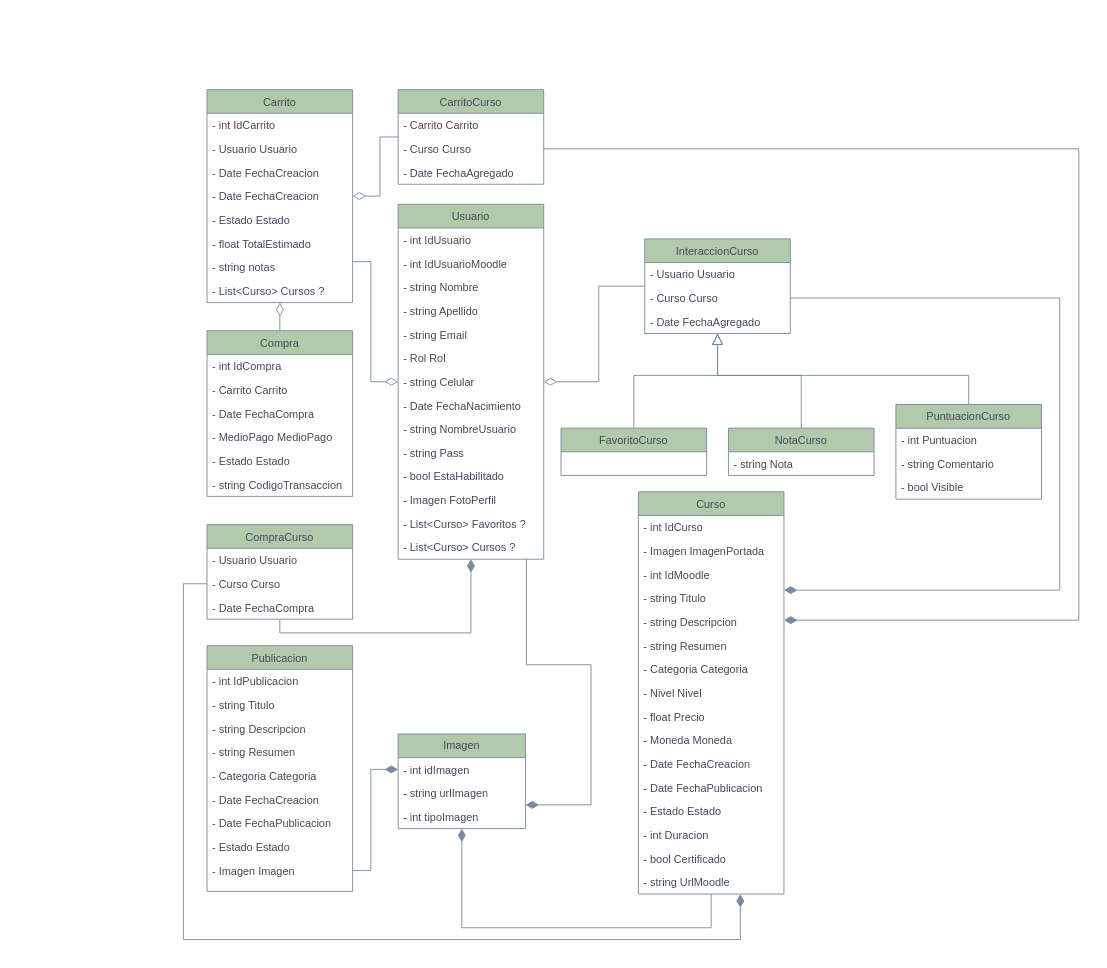
Before: UML/UML.drawio in GDieser/tpc-equipo-12A, a draw.io diagram. Source tidied: cells renumbered, new cells numbered last; positions are measured from the earlier drawing's top-left corner, leaving out a move shared by most shapes. Both pictures are drawn from the tidied source at 91%, with x=0, y=0 at pixel (183, 89).
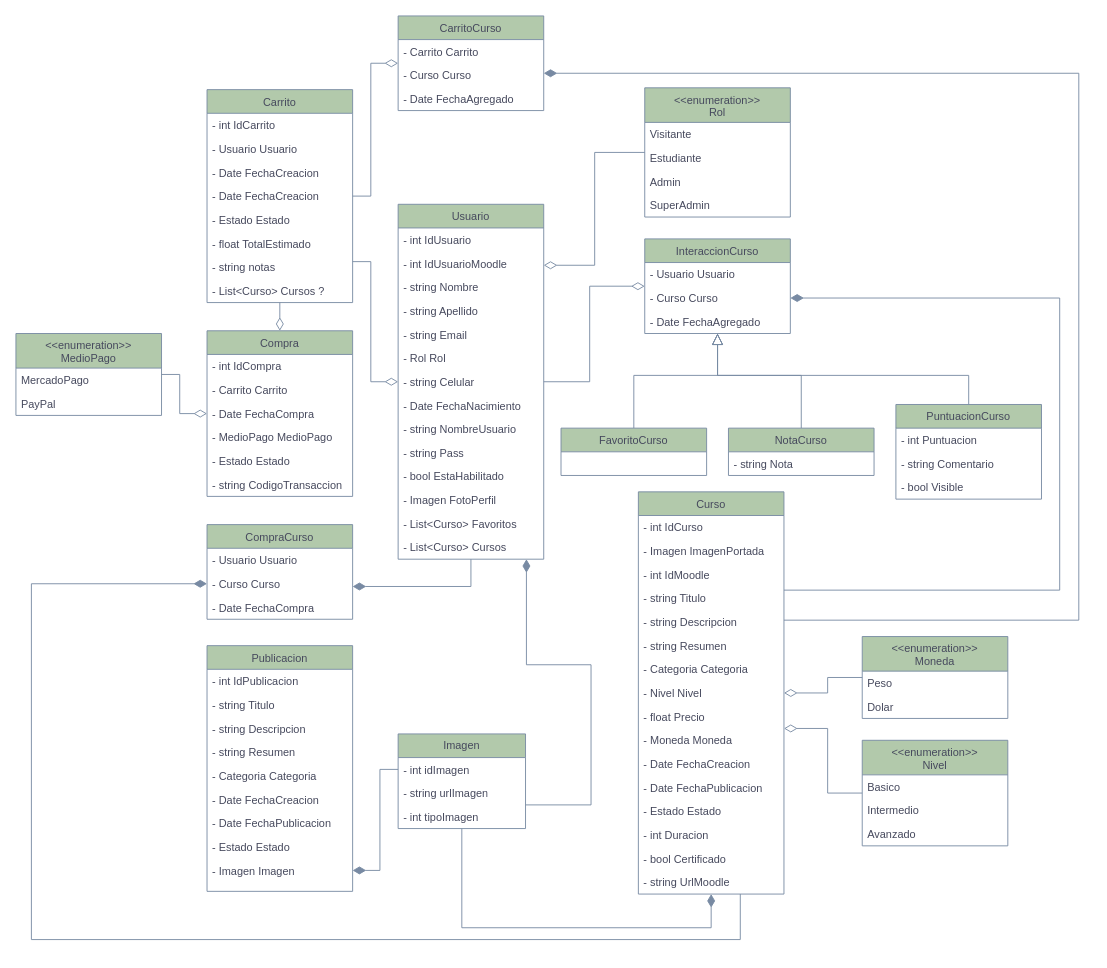
The same page after the edit.

The change refers to these unchanged cells:
```xml
<mxCell id="2" value="Usuario" style="swimlane;fontStyle=0;align=center;verticalAlign=top;horizontal=1;startSize=26;rounded=0;shadow=0;strokeWidth=1;labelBackgroundColor=none;fillColor=#B2C9AB;strokeColor=#788AA3;fontColor=#46495D;" parent="1" vertex="1">
  <mxGeometry x="236" y="126" width="160" height="390" as="geometry" />
</mxCell>
<mxCell id="17" value="Curso" style="swimlane;fontStyle=0;align=center;verticalAlign=top;horizontal=1;startSize=26;rounded=0;shadow=0;strokeWidth=1;labelBackgroundColor=none;fillColor=#B2C9AB;strokeColor=#788AA3;fontColor=#46495D;" parent="1" vertex="1">
  <mxGeometry x="500" y="442" width="160" height="442" as="geometry" />
</mxCell>
<mxCell id="34" value="Carrito" style="swimlane;fontStyle=0;align=center;verticalAlign=top;horizontal=1;startSize=26;rounded=0;shadow=0;strokeWidth=1;labelBackgroundColor=none;fillColor=#B2C9AB;strokeColor=#788AA3;fontColor=#46495D;" parent="1" vertex="1">
  <mxGeometry x="26" width="160" height="234" as="geometry" />
</mxCell>
<mxCell id="43" value="Compra" style="swimlane;fontStyle=0;align=center;verticalAlign=top;horizontal=1;startSize=26;rounded=0;shadow=0;strokeWidth=1;labelBackgroundColor=none;fillColor=#B2C9AB;strokeColor=#788AA3;fontColor=#46495D;" parent="1" vertex="1">
  <mxGeometry x="26" y="265" width="160" height="182" as="geometry" />
</mxCell>
<mxCell id="52" value="- Curso Curso" style="text;align=left;verticalAlign=top;spacingLeft=4;spacingRight=4;overflow=hidden;points=[[0,0.5],[1,0.5]];portConstraint=eastwest;rounded=0;shadow=0;html=0;labelBackgroundColor=none;fontColor=#46495D;" parent="50" vertex="1">
  <mxGeometry y="52" width="160" height="26" as="geometry" />
</mxCell>
<mxCell id="64" value="Imagen" style="swimlane;fontStyle=0;horizontal=1;startSize=26;fillColor=#B2C9AB;whiteSpace=wrap;html=1;labelBackgroundColor=none;strokeColor=#788AA3;fontColor=#46495D;" parent="1" vertex="1">
  <mxGeometry x="236" y="708" width="140" height="104" as="geometry" />
</mxCell>
<mxCell id="65" value="- int idImagen" style="text;strokeColor=none;fillColor=none;align=left;verticalAlign=top;spacingLeft=4;spacingRight=4;overflow=hidden;points=[[0,0.5],[1,0.5]];portConstraint=eastwest;whiteSpace=wrap;html=1;labelBackgroundColor=none;fontColor=#46495D;" parent="64" vertex="1">
  <mxGeometry y="26" width="140" height="26" as="geometry" />
</mxCell>
<mxCell id="77" value="- Imagen Imagen" style="text;align=left;verticalAlign=top;spacingLeft=4;spacingRight=4;overflow=hidden;points=[[0,0.5],[1,0.5]];portConstraint=eastwest;rounded=0;shadow=0;html=0;labelBackgroundColor=none;fontColor=#46495D;" parent="68" vertex="1">
  <mxGeometry y="234" width="160" height="26" as="geometry" />
</mxCell>
<mxCell id="84" value="InteraccionCurso" style="swimlane;fontStyle=0;align=center;verticalAlign=top;horizontal=1;startSize=26;rounded=0;shadow=0;strokeWidth=1;labelBackgroundColor=none;fillColor=#B2C9AB;strokeColor=#788AA3;fontColor=#46495D;" parent="1" vertex="1">
  <mxGeometry x="507" y="164" width="160" height="104" as="geometry" />
</mxCell>
<mxCell id="90" value="CompraCurso" style="swimlane;fontStyle=0;align=center;verticalAlign=top;horizontal=1;startSize=26;rounded=0;shadow=0;strokeWidth=1;labelBackgroundColor=none;fillColor=#B2C9AB;strokeColor=#788AA3;fontColor=#46495D;" parent="1" vertex="1">
  <mxGeometry x="26" y="478" width="160" height="104" as="geometry" />
</mxCell>
```

Change to the diagram source:
```diff
@@
-    <mxCell id="15" value="- List&lt;Curso&gt; Favoritos ?" style="text;align=left;verticalAlign=top;spacingLeft=4;spacingRight=4;overflow=hidden;rounded=0;shadow=0;html=0;labelBackgroundColor=none;fontColor=#46495D;" parent="2" vertex="1">
+    <mxCell id="15" value="- List&lt;Curso&gt; Favoritos" style="text;align=left;verticalAlign=top;spacingLeft=4;spacingRight=4;overflow=hidden;rounded=0;shadow=0;html=0;labelBackgroundColor=none;fontColor=#46495D;" parent="2" vertex="1">
       <mxGeometry y="338" width="160" height="26" as="geometry" />
     </mxCell>
-    <mxCell id="16" value="- List&lt;Curso&gt; Cursos ?" style="text;align=left;verticalAlign=top;spacingLeft=4;spacingRight=4;overflow=hidden;rounded=0;shadow=0;html=0;labelBackgroundColor=none;fontColor=#46495D;" parent="2" vertex="1">
+    <mxCell id="16" value="- List&lt;Curso&gt; Cursos" style="text;align=left;verticalAlign=top;spacingLeft=4;spacingRight=4;overflow=hidden;rounded=0;shadow=0;html=0;labelBackgroundColor=none;fontColor=#46495D;" parent="2" vertex="1">
       <mxGeometry y="364" width="160" height="26" as="geometry" />
     </mxCell>
@@
     <mxCell id="50" value="CarritoCurso" style="swimlane;fontStyle=0;align=center;verticalAlign=top;horizontal=1;startSize=26;rounded=0;shadow=0;strokeWidth=1;labelBackgroundColor=none;fillColor=#B2C9AB;strokeColor=#788AA3;fontColor=#46495D;" parent="1" vertex="1">
-      <mxGeometry x="236" width="160" height="104" as="geometry" />
+      <mxGeometry x="236" y="-81" width="160" height="104" as="geometry" />
     </mxCell>
@@
-    <mxCell id="78" style="edgeStyle=orthogonalEdgeStyle;rounded=0;jettySize=auto;html=1;strokeColor=#788AA3;fontSize=12;fontColor=default;startSize=8;endSize=12;labelBackgroundColor=none;endArrow=diamondThin;endFill=1;" parent="1" edge="1" source="17" target="64">
+    <mxCell id="78" style="edgeStyle=orthogonalEdgeStyle;rounded=0;jettySize=auto;html=1;strokeColor=#788AA3;fontSize=12;fontColor=default;startSize=8;endSize=12;labelBackgroundColor=none;endArrow=diamondThin;endFill=1;" parent="1" edge="1" source="64" target="17">
       <mxGeometry relative="1" as="geometry">
         <Array as="points">
+          <mxPoint x="306" y="921" />
           <mxPoint x="580" y="921" />
-          <mxPoint x="306" y="921" />
         </Array>
       </mxGeometry>
     </mxCell>
-    <mxCell id="79" style="edgeStyle=orthogonalEdgeStyle;rounded=0;jettySize=auto;html=1;labelBackgroundColor=none;strokeColor=#788AA3;fontColor=default;endArrow=diamondThin;endFill=0;endSize=12;" parent="1" edge="1" source="43" target="34">
+    <mxCell id="79" style="edgeStyle=orthogonalEdgeStyle;rounded=0;jettySize=auto;html=1;labelBackgroundColor=none;strokeColor=#788AA3;fontColor=default;endArrow=diamondThin;endFill=0;endSize=12;" parent="1" edge="1" source="34" target="43">
       <mxGeometry relative="1" as="geometry">
         <Array as="points">
           <mxPoint x="90" y="189" />
           <mxPoint x="90" y="189" />
         </Array>
       </mxGeometry>
     </mxCell>
-    <mxCell id="80" style="edgeStyle=orthogonalEdgeStyle;rounded=0;jettySize=auto;html=1;labelBackgroundColor=none;strokeColor=#788AA3;fontColor=default;endArrow=diamondThin;endFill=0;endSize=12;" parent="1" edge="1" source="50" target="34">
+    <mxCell id="80" style="edgeStyle=orthogonalEdgeStyle;rounded=0;jettySize=auto;html=1;labelBackgroundColor=none;strokeColor=#788AA3;fontColor=default;endArrow=diamondThin;endFill=0;endSize=12;" parent="1" edge="1" source="34" target="50">
       <mxGeometry relative="1" as="geometry" />
     </mxCell>
-    <mxCell id="81" style="edgeStyle=orthogonalEdgeStyle;rounded=0;jettySize=auto;html=1;labelBackgroundColor=none;strokeColor=#788AA3;fontColor=default;endSize=12;endArrow=diamondThin;endFill=1;" parent="1" edge="1" source="77" target="65">
-      <mxGeometry relative="1" as="geometry" />
-    </mxCell>
@@
-    <mxCell id="83" style="edgeStyle=orthogonalEdgeStyle;rounded=0;jettySize=auto;html=1;labelBackgroundColor=none;strokeColor=#788AA3;fontColor=default;endArrow=diamondThin;endFill=1;endSize=12;" parent="1" edge="1" source="52" target="17">
+    <mxCell id="83" style="edgeStyle=orthogonalEdgeStyle;rounded=0;jettySize=auto;html=1;labelBackgroundColor=none;strokeColor=#788AA3;fontColor=default;endArrow=diamondThin;endFill=1;endSize=12;" parent="1" edge="1" source="17" target="50">
       <mxGeometry relative="1" as="geometry">
         <Array as="points">
-          <mxPoint x="984" y="65" />
           <mxPoint x="984" y="583" />
+          <mxPoint x="984" y="-18" />
         </Array>
       </mxGeometry>
     </mxCell>
@@
-    <mxCell id="88" style="edgeStyle=orthogonalEdgeStyle;rounded=0;jettySize=auto;html=1;labelBackgroundColor=none;strokeColor=#788AA3;fontColor=default;endArrow=diamondThin;endFill=1;strokeWidth=1;endSize=12;" parent="1" edge="1" source="84" target="17">
+    <mxCell id="88" style="edgeStyle=orthogonalEdgeStyle;rounded=0;jettySize=auto;html=1;labelBackgroundColor=none;strokeColor=#788AA3;fontColor=default;endArrow=diamondThin;endFill=1;strokeWidth=1;endSize=12;" parent="1" edge="1" source="17" target="84">
       <mxGeometry relative="1" as="geometry">
         <Array as="points">
+          <mxPoint x="963" y="550" />
           <mxPoint x="963" y="229" />
-          <mxPoint x="963" y="550" />
         </Array>
       </mxGeometry>
     </mxCell>
-    <mxCell id="89" style="edgeStyle=orthogonalEdgeStyle;rounded=0;jettySize=auto;html=1;labelBackgroundColor=none;strokeColor=#788AA3;fontColor=default;endArrow=diamondThin;endFill=0;endSize=12;" parent="1" edge="1" source="84" target="2">
+    <mxCell id="89" style="edgeStyle=orthogonalEdgeStyle;rounded=0;jettySize=auto;html=1;labelBackgroundColor=none;strokeColor=#788AA3;fontColor=default;endArrow=diamondThin;endFill=0;endSize=12;" parent="1" edge="1" source="2" target="84">
       <mxGeometry relative="1" as="geometry" />
     </mxCell>
@@
-    <mxCell id="94" style="edgeStyle=orthogonalEdgeStyle;rounded=0;jettySize=auto;html=1;strokeColor=#788AA3;fontColor=#46495D;fillColor=#B2C9AB;endArrow=diamondThin;endFill=1;endSize=12;" parent="1" edge="1" source="90" target="2">
+    <mxCell id="94" style="edgeStyle=orthogonalEdgeStyle;rounded=0;jettySize=auto;html=1;strokeColor=#788AA3;fontColor=default;fillColor=#B2C9AB;endArrow=diamondThin;endFill=1;endSize=12;labelBackgroundColor=none;" parent="1" edge="1" source="2" target="90">
       <mxGeometry relative="1" as="geometry">
         <Array as="points">
-          <mxPoint x="106" y="597" />
-          <mxPoint x="316" y="597" />
+          <mxPoint x="316" y="546" />
         </Array>
       </mxGeometry>
     </mxCell>
-    <mxCell id="95" style="edgeStyle=orthogonalEdgeStyle;rounded=0;jettySize=auto;html=1;strokeColor=#788AA3;fontColor=#46495D;fillColor=#B2C9AB;endArrow=diamondThin;endFill=1;endSize=12;" parent="1" edge="1" source="90" target="17">
+    <mxCell id="95" style="edgeStyle=orthogonalEdgeStyle;rounded=0;jettySize=auto;html=1;strokeColor=#788AA3;fontColor=default;fillColor=#B2C9AB;endArrow=diamondThin;endFill=1;endSize=12;labelBackgroundColor=none;" parent="1" edge="1" source="17" target="90">
       <mxGeometry relative="1" as="geometry">
         <Array as="points">
-          <mxPoint y="543" />
-          <mxPoint y="934" />
           <mxPoint x="612" y="934" />
+          <mxPoint x="-167" y="934" />
+          <mxPoint x="-167" y="543" />
         </Array>
       </mxGeometry>
     </mxCell>
-    <mxCell id="96" style="edgeStyle=orthogonalEdgeStyle;rounded=0;jettySize=auto;html=1;strokeColor=#788AA3;fontColor=#46495D;fillColor=#B2C9AB;endArrow=diamondThin;endFill=1;endSize=12;" parent="1" edge="1" source="2" target="64">
+    <mxCell id="96" style="edgeStyle=orthogonalEdgeStyle;rounded=0;jettySize=auto;html=1;strokeColor=#788AA3;fontColor=default;fillColor=#B2C9AB;endArrow=diamondThin;endFill=1;endSize=12;labelBackgroundColor=none;" parent="1" edge="1" source="64" target="2">
       <mxGeometry relative="1" as="geometry">
         <Array as="points">
+          <mxPoint x="448" y="786" />
+          <mxPoint x="448" y="632" />
           <mxPoint x="377" y="632" />
-          <mxPoint x="448" y="632" />
-          <mxPoint x="448" y="786" />
         </Array>
       </mxGeometry>
     </mxCell>
+    <mxCell id="97" style="edgeStyle=orthogonalEdgeStyle;rounded=0;jettySize=auto;html=1;endArrow=diamondThin;endFill=0;endSize=12;labelBackgroundColor=none;strokeColor=#788AA3;fontColor=default;" parent="1" edge="1" source="98" target="17">
+      <mxGeometry relative="1" as="geometry" />
+    </mxCell>
+    <mxCell id="98" value="&lt;&lt;enumeration&gt;&gt;&#10;Moneda" style="swimlane;fontStyle=0;align=center;verticalAlign=top;horizontal=1;startSize=38;rounded=0;shadow=0;strokeWidth=1;labelBackgroundColor=none;fillColor=#B2C9AB;strokeColor=#788AA3;fontColor=#46495D;" parent="1" vertex="1">
+      <mxGeometry x="746" y="601" width="160" height="90" as="geometry" />
+    </mxCell>
+    <mxCell id="99" value="Peso" style="text;align=left;verticalAlign=top;spacingLeft=4;spacingRight=4;overflow=hidden;rounded=0;shadow=0;html=0;labelBackgroundColor=none;fontColor=#46495D;" parent="98" vertex="1">
+      <mxGeometry y="38" width="160" height="26" as="geometry" />
+    </mxCell>
+    <mxCell id="100" value="Dolar" style="text;align=left;verticalAlign=top;spacingLeft=4;spacingRight=4;overflow=hidden;rounded=0;shadow=0;html=0;labelBackgroundColor=none;fontColor=#46495D;" parent="98" vertex="1">
+      <mxGeometry y="64" width="160" height="26" as="geometry" />
+    </mxCell>
+    <mxCell id="101" style="edgeStyle=orthogonalEdgeStyle;rounded=0;jettySize=auto;html=1;endSize=12;endArrow=diamondThin;endFill=0;labelBackgroundColor=none;strokeColor=#788AA3;fontColor=default;" parent="1" edge="1" source="102" target="17">
+      <mxGeometry relative="1" as="geometry">
+        <Array as="points">
+          <mxPoint x="708" y="773" />
+          <mxPoint x="708" y="702" />
+        </Array>
+      </mxGeometry>
+    </mxCell>
+    <mxCell id="102" value="&lt;&lt;enumeration&gt;&gt;&#10;Nivel" style="swimlane;fontStyle=0;align=center;verticalAlign=top;horizontal=1;startSize=38;rounded=0;shadow=0;strokeWidth=1;labelBackgroundColor=none;fillColor=#B2C9AB;strokeColor=#788AA3;fontColor=#46495D;" parent="1" vertex="1">
+      <mxGeometry x="746" y="715" width="160" height="116" as="geometry" />
+    </mxCell>
+    <mxCell id="103" value="Basico" style="text;align=left;verticalAlign=top;spacingLeft=4;spacingRight=4;overflow=hidden;rounded=0;shadow=0;html=0;labelBackgroundColor=none;fontColor=#46495D;" parent="102" vertex="1">
+      <mxGeometry y="38" width="160" height="26" as="geometry" />
+    </mxCell>
+    <mxCell id="104" value="Intermedio" style="text;align=left;verticalAlign=top;spacingLeft=4;spacingRight=4;overflow=hidden;rounded=0;shadow=0;html=0;labelBackgroundColor=none;fontColor=#46495D;" parent="102" vertex="1">
+      <mxGeometry y="64" width="160" height="26" as="geometry" />
+    </mxCell>
+    <mxCell id="105" value="Avanzado" style="text;align=left;verticalAlign=top;spacingLeft=4;spacingRight=4;overflow=hidden;rounded=0;shadow=0;html=0;labelBackgroundColor=none;fontColor=#46495D;" parent="102" vertex="1">
+      <mxGeometry y="90" width="160" height="26" as="geometry" />
+    </mxCell>
+    <mxCell id="106" style="edgeStyle=orthogonalEdgeStyle;rounded=0;jettySize=auto;html=1;endSize=12;endArrow=diamondThin;endFill=0;labelBackgroundColor=none;strokeColor=#788AA3;fontColor=default;" parent="1" edge="1" source="107" target="2">
+      <mxGeometry relative="1" as="geometry">
+        <Array as="points">
+          <mxPoint x="452" y="69" />
+          <mxPoint x="452" y="193" />
+        </Array>
+      </mxGeometry>
+    </mxCell>
+    <mxCell id="107" value="&lt;&lt;enumeration&gt;&gt;&#10;Rol" style="swimlane;fontStyle=0;align=center;verticalAlign=top;horizontal=1;startSize=38;rounded=0;shadow=0;strokeWidth=1;labelBackgroundColor=none;fillColor=#B2C9AB;strokeColor=#788AA3;fontColor=#46495D;" parent="1" vertex="1">
+      <mxGeometry x="507" y="-2" width="160" height="142" as="geometry" />
+    </mxCell>
+    <mxCell id="108" value="Visitante" style="text;align=left;verticalAlign=top;spacingLeft=4;spacingRight=4;overflow=hidden;rounded=0;shadow=0;html=0;labelBackgroundColor=none;fontColor=#46495D;" parent="107" vertex="1">
+      <mxGeometry y="38" width="160" height="26" as="geometry" />
+    </mxCell>
+    <mxCell id="109" value="Estudiante" style="text;align=left;verticalAlign=top;spacingLeft=4;spacingRight=4;overflow=hidden;rounded=0;shadow=0;html=0;labelBackgroundColor=none;fontColor=#46495D;" parent="107" vertex="1">
+      <mxGeometry y="64" width="160" height="26" as="geometry" />
+    </mxCell>
+    <mxCell id="110" value="Admin" style="text;align=left;verticalAlign=top;spacingLeft=4;spacingRight=4;overflow=hidden;rounded=0;shadow=0;html=0;labelBackgroundColor=none;fontColor=#46495D;" parent="107" vertex="1">
+      <mxGeometry y="90" width="160" height="26" as="geometry" />
+    </mxCell>
+    <mxCell id="111" value="SuperAdmin" style="text;align=left;verticalAlign=top;spacingLeft=4;spacingRight=4;overflow=hidden;rounded=0;shadow=0;html=0;labelBackgroundColor=none;fontColor=#46495D;" parent="107" vertex="1">
+      <mxGeometry y="116" width="160" height="26" as="geometry" />
+    </mxCell>
+    <mxCell id="112" style="edgeStyle=orthogonalEdgeStyle;rounded=0;jettySize=auto;html=1;endSize=12;endArrow=diamondThin;endFill=0;labelBackgroundColor=none;strokeColor=#788AA3;fontColor=default;" parent="1" edge="1" source="113" target="43">
+      <mxGeometry relative="1" as="geometry" />
+    </mxCell>
+    <mxCell id="113" value="&lt;&lt;enumeration&gt;&gt;&#10;MedioPago" style="swimlane;fontStyle=0;align=center;verticalAlign=top;horizontal=1;startSize=38;rounded=0;shadow=0;strokeWidth=1;labelBackgroundColor=none;fillColor=#B2C9AB;strokeColor=#788AA3;fontColor=#46495D;" parent="1" vertex="1">
+      <mxGeometry x="-184" y="268" width="160" height="90" as="geometry" />
+    </mxCell>
+    <mxCell id="114" value="MercadoPago" style="text;align=left;verticalAlign=top;spacingLeft=4;spacingRight=4;overflow=hidden;rounded=0;shadow=0;html=0;labelBackgroundColor=none;fontColor=#46495D;" parent="113" vertex="1">
+      <mxGeometry y="38" width="160" height="26" as="geometry" />
+    </mxCell>
+    <mxCell id="115" value="PayPal" style="text;align=left;verticalAlign=top;spacingLeft=4;spacingRight=4;overflow=hidden;rounded=0;shadow=0;html=0;labelBackgroundColor=none;fontColor=#46495D;" parent="113" vertex="1">
+      <mxGeometry y="64" width="160" height="26" as="geometry" />
+    </mxCell>
+    <mxCell id="81" style="edgeStyle=orthogonalEdgeStyle;rounded=0;jettySize=auto;html=1;labelBackgroundColor=none;strokeColor=#788AA3;fontColor=default;endSize=12;endArrow=diamondThin;endFill=1;" parent="1" edge="1" source="65" target="77">
+      <mxGeometry relative="1" as="geometry" />
+    </mxCell>
```
